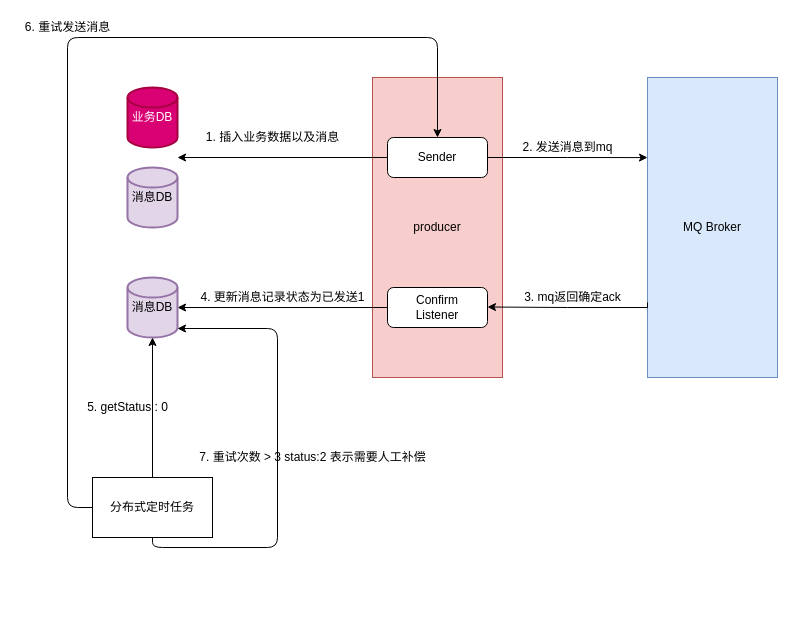
Earlier version of the draw.io diagram 发送端消息可靠投递(消息落库方案).drawio (Joelovealonge/note). Source tidied: cells renumbered, new cells numbered last; positions are measured from the earlier drawing's top-left corner, leaving out a move shared by most shapes. Both pictures are drawn from the tidied source at 100%, with x=0, y=0 at pixel (17, 17).
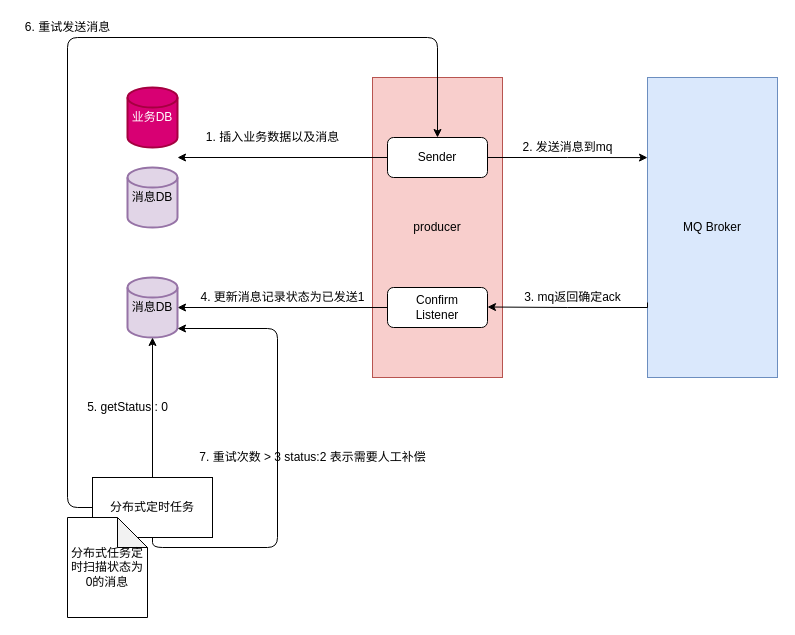
Above is the later version.

Commit message (it also covers changes not shown here):
更新发送端消息可靠投递(消息落库方案).drawio

What changed in the source:
```diff
@@
+    <mxCell id="25" value="分布式任务定时扫描状态为0的消息" style="shape=note;whiteSpace=wrap;html=1;backgroundOutline=1;darkOpacity=0.05;" parent="1" vertex="1">
+      <mxGeometry x="50" y="500" width="80" height="100" as="geometry" />
+    </mxCell>
```
